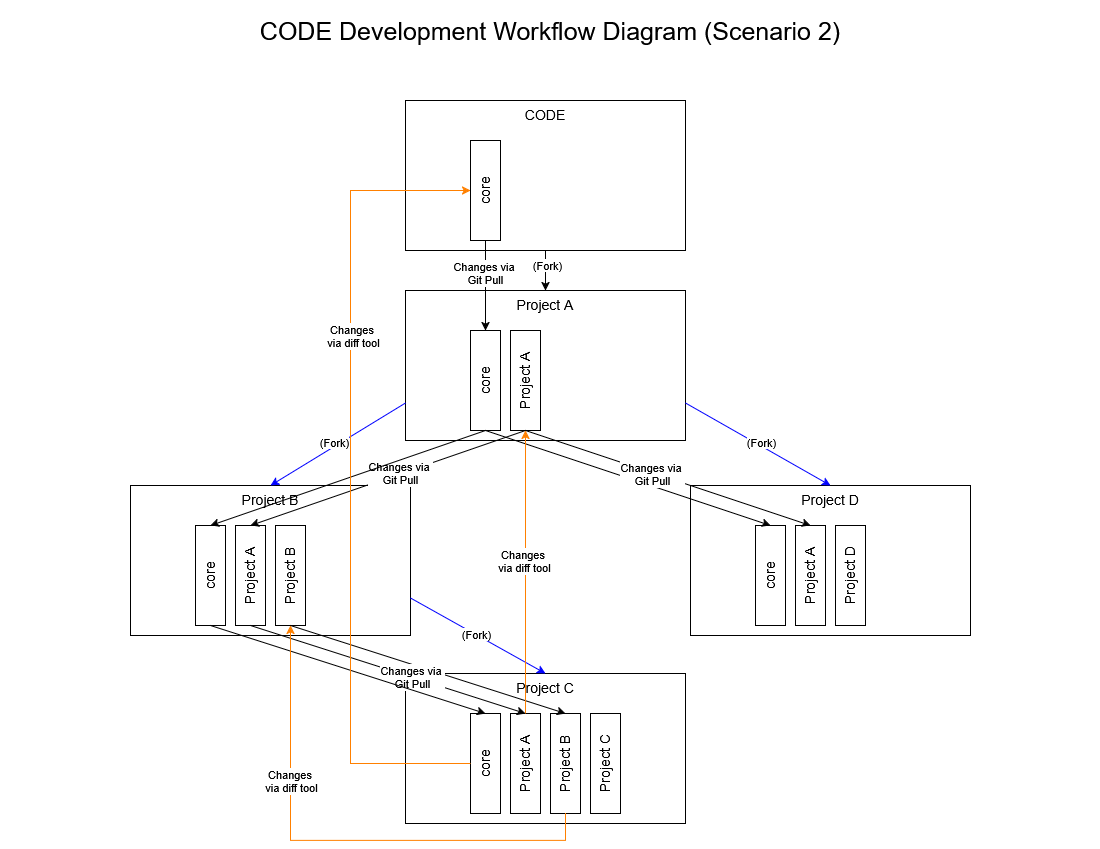
This is core/docs/diagrams/CODE dev workflow diagram scenario 2.drawio.png from noaa-pifsc/PIFSC-CU-Containerized-Oracle-Development-Environment, a draw.io export, as it was before one commit. Source tidied: cells renumbered, new cells last; positions are measured from the earlier drawing's top-left corner, leaving out a move shared by most shapes.
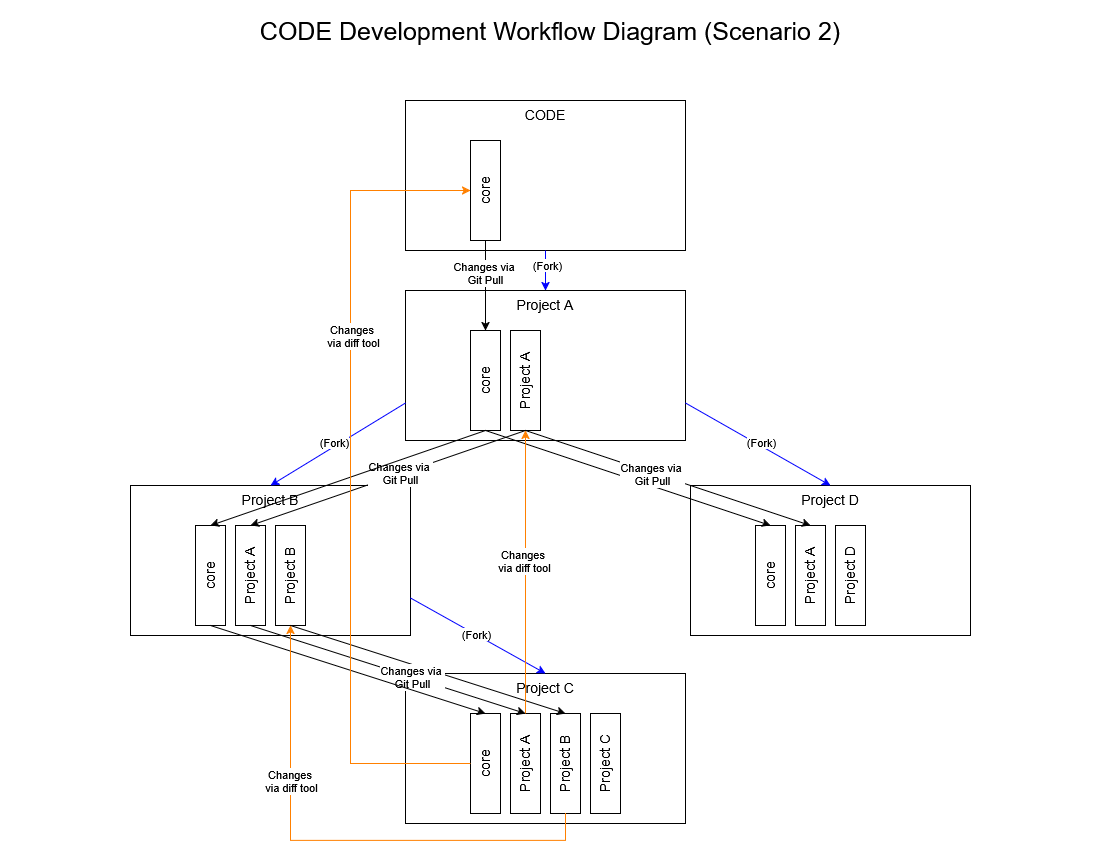
The same diagram one commit later.

Commit message:
Updated diagrams to make all fork arrows the same color

Change to the diagram source:
```diff
@@ -56,7 +56,7 @@
     <mxCell id="19" value="core" style="rounded=0;whiteSpace=wrap;html=1;verticalAlign=top;fontSize=14;horizontal=0;" parent="1" vertex="1">
       <mxGeometry x="470" y="140" width="30" height="100" as="geometry" />
     </mxCell>
-    <mxCell id="20" style="endArrow=classic;html=1;rounded=0;exitX=0.5;exitY=1;exitDx=0;exitDy=0;entryX=0.5;entryY=0;entryDx=0;entryDy=0;strokeColor=light-dark(#000000,#0000FF);" parent="1" edge="1" source="18" target="15">
+    <mxCell id="20" style="endArrow=classic;html=1;rounded=0;exitX=0.5;exitY=1;exitDx=0;exitDy=0;entryX=0.5;entryY=0;entryDx=0;entryDy=0;strokeColor=light-dark(#0000FF,#0000FF);" parent="1" edge="1" source="18" target="15">
       <mxGeometry relative="1" as="geometry" />
     </mxCell>
     <mxCell id="21" value="(Fork)" style="edgeLabel;html=1;align=center;verticalAlign=middle;" parent="20" vertex="1">
```
